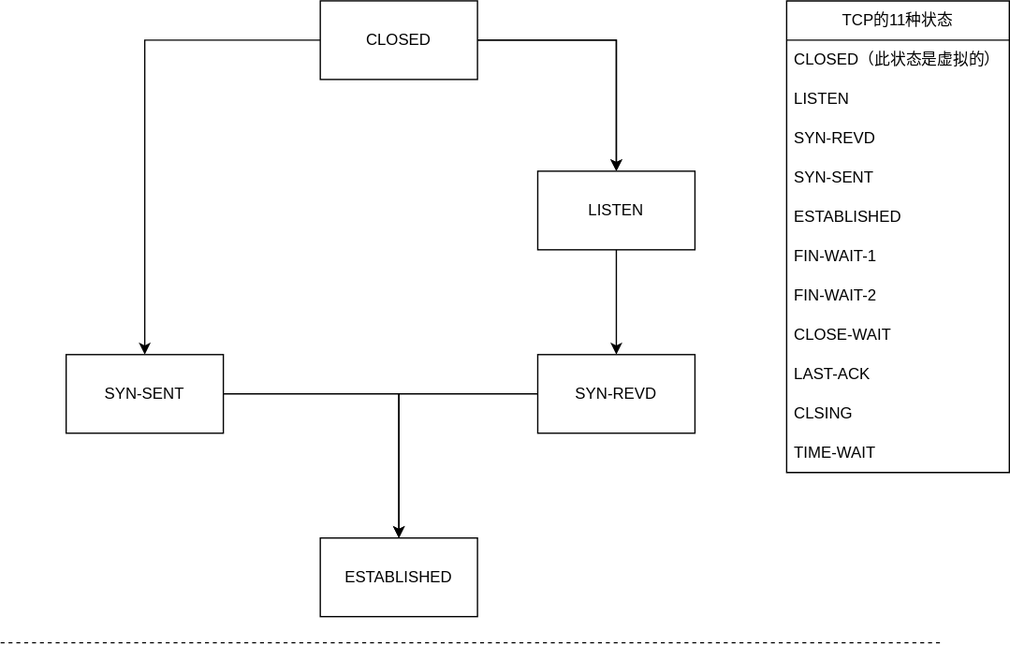
Earlier version of the draw.io export TCP状态.drawio.svg (WithoutCause/draw.io). Source tidied: cells renumbered, new cells last; positions are measured from the earlier drawing's top-left corner, leaving out a move shared by most shapes.
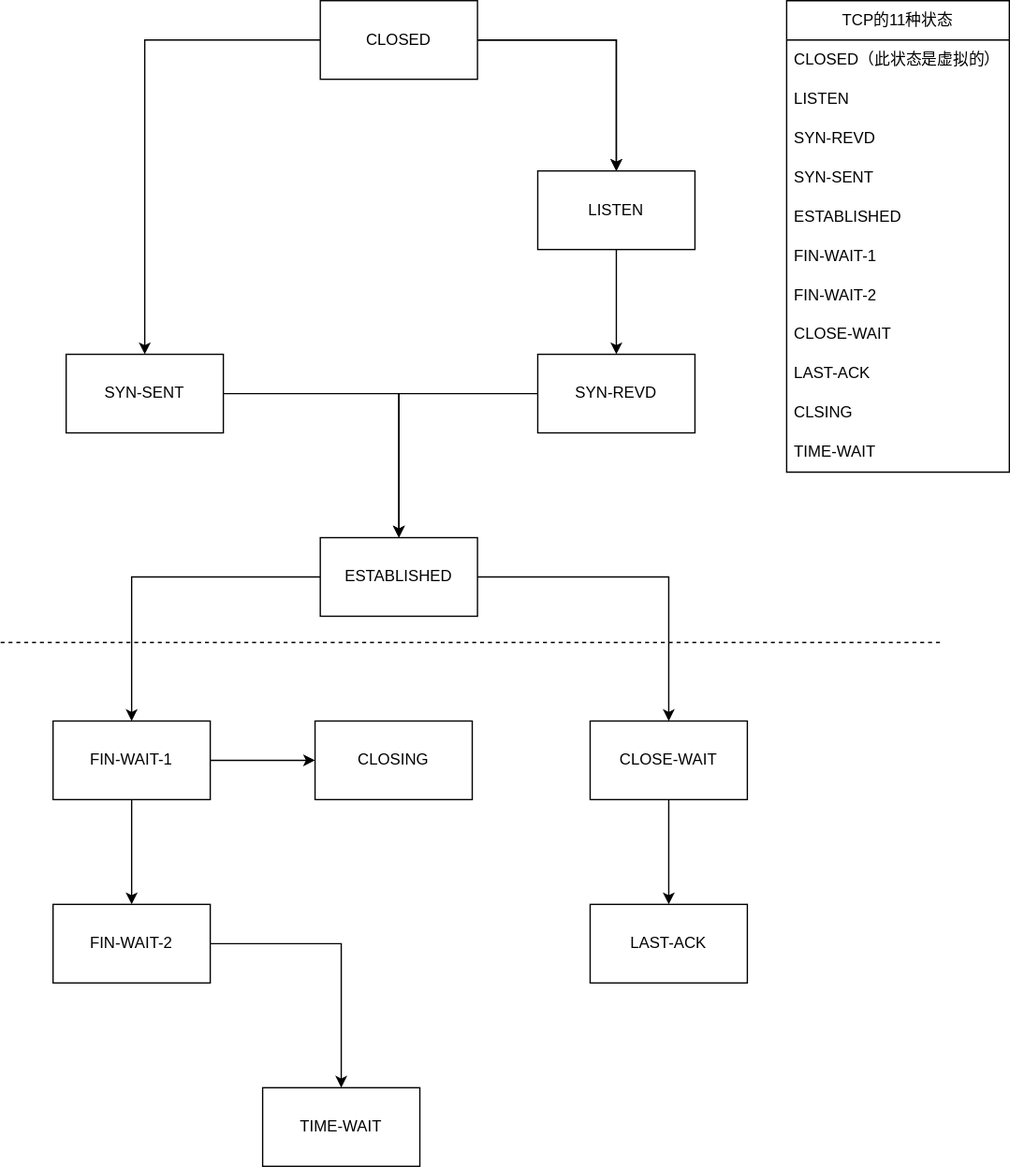
After the commit.

Commit message:
TCP断开连接状态

Diff of the diagram source:
```diff
@@ -32,6 +32,12 @@
     <mxCell id="11" value="SYN-SENT" style="whiteSpace=wrap;html=1;rounded=0;" parent="1" vertex="1">
       <mxGeometry x="50" y="270" width="120" height="60" as="geometry" />
     </mxCell>
+    <mxCell id="26" style="edgeStyle=orthogonalEdgeStyle;rounded=0;jettySize=auto;html=1;" parent="1" edge="1" source="12" target="30">
+      <mxGeometry relative="1" as="geometry" />
+    </mxCell>
+    <mxCell id="27" style="edgeStyle=orthogonalEdgeStyle;rounded=0;jettySize=auto;html=1;" parent="1" edge="1" source="12" target="34">
+      <mxGeometry relative="1" as="geometry" />
+    </mxCell>
     <mxCell id="12" value="ESTABLISHED" style="whiteSpace=wrap;html=1;rounded=0;" parent="1" vertex="1">
       <mxGeometry x="244" y="410" width="120" height="60" as="geometry" />
     </mxCell>
@@ -77,5 +83,35 @@
     <mxCell id="25" value="TIME-WAIT" style="text;strokeColor=none;fillColor=none;align=left;verticalAlign=middle;spacingLeft=4;spacingRight=4;overflow=hidden;whiteSpace=wrap;html=1;" parent="14" vertex="1">
       <mxGeometry y="330" width="170" height="30" as="geometry" />
     </mxCell>
+    <mxCell id="28" style="edgeStyle=orthogonalEdgeStyle;rounded=0;jettySize=auto;html=1;" parent="1" edge="1" source="30" target="32">
+      <mxGeometry relative="1" as="geometry" />
+    </mxCell>
+    <mxCell id="29" style="edgeStyle=orthogonalEdgeStyle;rounded=0;jettySize=auto;html=1;" parent="1" edge="1" source="30" target="37">
+      <mxGeometry relative="1" as="geometry" />
+    </mxCell>
+    <mxCell id="30" value="FIN-WAIT-1" style="whiteSpace=wrap;html=1;rounded=0;" parent="1" vertex="1">
+      <mxGeometry x="40" y="550" width="120" height="60" as="geometry" />
+    </mxCell>
+    <mxCell id="31" style="edgeStyle=orthogonalEdgeStyle;rounded=0;jettySize=auto;html=1;" parent="1" edge="1" source="32" target="36">
+      <mxGeometry relative="1" as="geometry" />
+    </mxCell>
+    <mxCell id="32" value="FIN-WAIT-2" style="whiteSpace=wrap;html=1;rounded=0;" parent="1" vertex="1">
+      <mxGeometry x="40" y="690" width="120" height="60" as="geometry" />
+    </mxCell>
+    <mxCell id="33" style="edgeStyle=orthogonalEdgeStyle;rounded=0;jettySize=auto;html=1;" parent="1" edge="1" source="34" target="35">
+      <mxGeometry relative="1" as="geometry" />
+    </mxCell>
+    <mxCell id="34" value="CLOSE-WAIT" style="whiteSpace=wrap;html=1;rounded=0;" parent="1" vertex="1">
+      <mxGeometry x="450" y="550" width="120" height="60" as="geometry" />
+    </mxCell>
+    <mxCell id="35" value="LAST-ACK" style="whiteSpace=wrap;html=1;rounded=0;" parent="1" vertex="1">
+      <mxGeometry x="450" y="690" width="120" height="60" as="geometry" />
+    </mxCell>
+    <mxCell id="36" value="TIME-WAIT" style="whiteSpace=wrap;html=1;rounded=0;" parent="1" vertex="1">
+      <mxGeometry x="200" y="830" width="120" height="60" as="geometry" />
+    </mxCell>
+    <mxCell id="37" value="CLOSING" style="whiteSpace=wrap;html=1;rounded=0;" parent="1" vertex="1">
+      <mxGeometry x="240" y="550" width="120" height="60" as="geometry" />
+    </mxCell>
   </root>
 </mxGraphModel>
```
